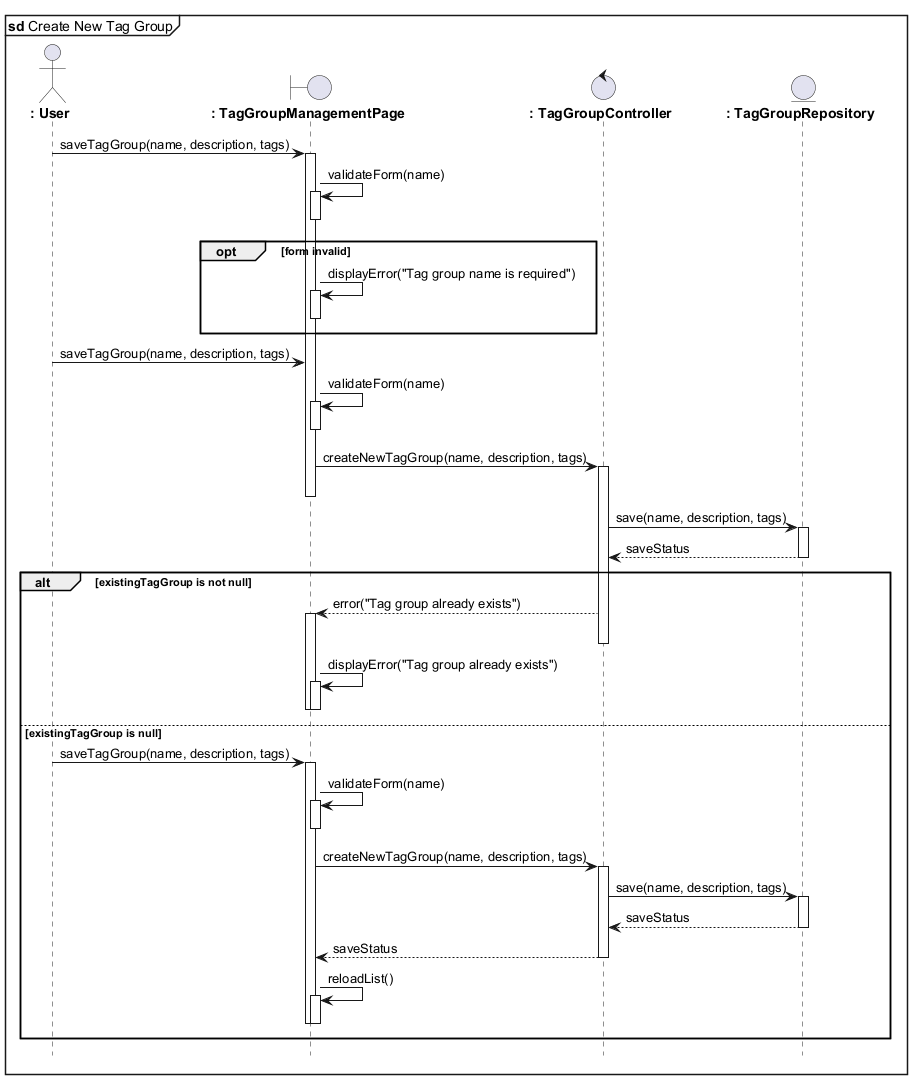
The PlantUML diagram out/tambah_grubtag.png in azrappp/learning_uml2.0_pmul, before a commit. Its diagram source:
```plantuml
@startuml
mainframe **sd** Create New Tag Group
hide footbox

actor "**: User**" as User
boundary "**: TagGroupManagementPage**" as TagGroupPage
control "**: TagGroupController**" as TagGroupController
entity "**: TagGroupRepository**" as TagGroupRepository

User -> TagGroupPage : saveTagGroup(name, description, tags)
activate TagGroupPage

TagGroupPage -> TagGroupPage : validateForm(name)
activate TagGroupPage
deactivate TagGroupPage

opt form invalid
    TagGroupPage -> TagGroupPage : displayError("Tag group name is required")
    activate TagGroupPage
    deactivate TagGroupPage
end
    User -> TagGroupPage : saveTagGroup(name, description, tags)
    TagGroupPage -> TagGroupPage : validateForm(name)
    activate TagGroupPage
    deactivate TagGroupPage
    TagGroupPage -> TagGroupController : createNewTagGroup(name, description, tags)
    activate TagGroupController
    deactivate TagGroupPage

        TagGroupController -> TagGroupRepository : save(name, description, tags)
        activate TagGroupRepository
        TagGroupRepository --> TagGroupController : saveStatus
        deactivate TagGroupRepository
    alt existingTagGroup is not null
        TagGroupController --> TagGroupPage : error("Tag group already exists")
        activate TagGroupPage
        deactivate TagGroupController

        TagGroupPage -> TagGroupPage : displayError("Tag group already exists")
        activate TagGroupPage

    else existingTagGroup is null
        deactivate TagGroupPage
        deactivate TagGroupPage
        User -> TagGroupPage : saveTagGroup(name, description, tags)
        activate TagGroupPage
        TagGroupPage -> TagGroupPage : validateForm(name)
        activate TagGroupPage
        deactivate TagGroupPage
        TagGroupPage -> TagGroupController : createNewTagGroup(name, description, tags)
        activate TagGroupController
        TagGroupController -> TagGroupRepository : save(name, description, tags)
        activate TagGroupRepository
        TagGroupRepository --> TagGroupController : saveStatus
        deactivate TagGroupRepository

        TagGroupController --> TagGroupPage : saveStatus
        deactivate TagGroupController

        TagGroupPage -> TagGroupPage : reloadList()
        activate TagGroupPage
        deactivate TagGroupPage

        deactivate TagGroupPage
    end
@enduml
```
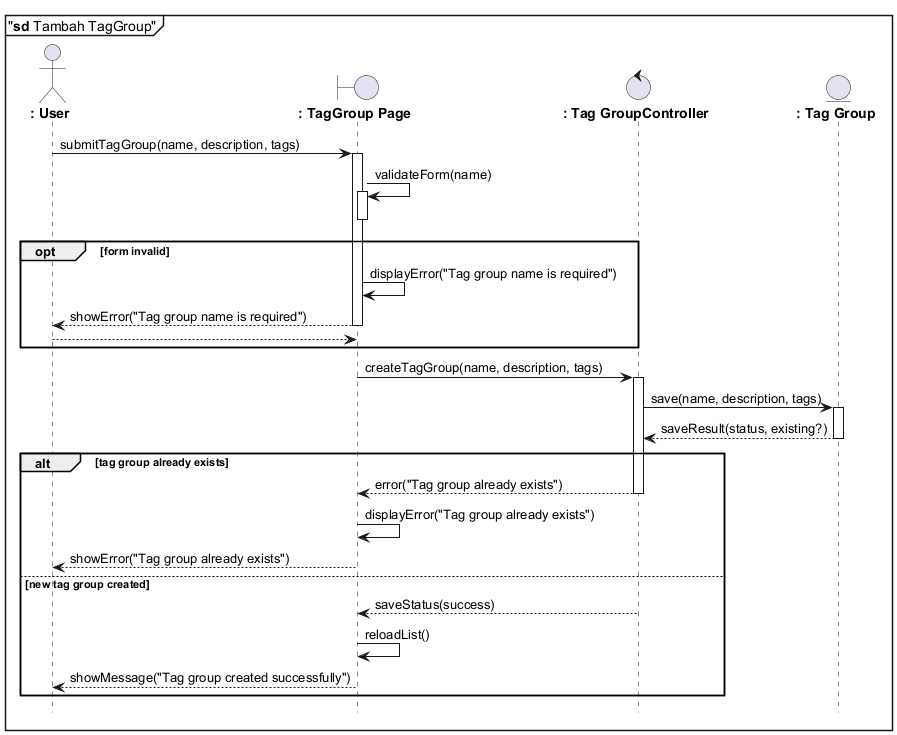
The same diagram one commit later.

Change to the diagram source:
```diff
@@ -1,13 +1,13 @@
 @startuml
-mainframe **sd** Create New Tag Group
+mainframe "**sd** Tambah TagGroup"
 hide footbox
 
 actor "**: User**" as User
-boundary "**: TagGroupManagementPage**" as TagGroupPage
-control "**: TagGroupController**" as TagGroupController
-entity "**: TagGroupRepository**" as TagGroupRepository
+boundary "**: TagGroup Page**" as TagGroupPage
+control "**: Tag GroupController**" as TagGroupController
+entity  "**: Tag Group**" as TagGroupRepository
 
-User -> TagGroupPage : saveTagGroup(name, description, tags)
+User -> TagGroupPage : submitTagGroup(name, description, tags)
 activate TagGroupPage
 
 TagGroupPage -> TagGroupPage : validateForm(name)
@@ -16,51 +16,31 @@
 
 opt form invalid
     TagGroupPage -> TagGroupPage : displayError("Tag group name is required")
-    activate TagGroupPage
+    TagGroupPage --> User : showError("Tag group name is required")
     deactivate TagGroupPage
+    return
 end
-    User -> TagGroupPage : saveTagGroup(name, description, tags)
-    TagGroupPage -> TagGroupPage : validateForm(name)
-    activate TagGroupPage
-    deactivate TagGroupPage
-    TagGroupPage -> TagGroupController : createNewTagGroup(name, description, tags)
-    activate TagGroupController
-    deactivate TagGroupPage
 
-        TagGroupController -> TagGroupRepository : save(name, description, tags)
-        activate TagGroupRepository
-        TagGroupRepository --> TagGroupController : saveStatus
-        deactivate TagGroupRepository
-    alt existingTagGroup is not null
-        TagGroupController --> TagGroupPage : error("Tag group already exists")
-        activate TagGroupPage
-        deactivate TagGroupController
+TagGroupPage -> TagGroupController : createTagGroup(name, description, tags)
+deactivate TagGroupPage
+activate TagGroupController
 
-        TagGroupPage -> TagGroupPage : displayError("Tag group already exists")
-        activate TagGroupPage
+TagGroupController -> TagGroupRepository : save(name, description, tags)
+activate TagGroupRepository
+TagGroupRepository --> TagGroupController : saveResult(status, existing?)
+deactivate TagGroupRepository
 
-    else existingTagGroup is null
-        deactivate TagGroupPage
-        deactivate TagGroupPage
-        User -> TagGroupPage : saveTagGroup(name, description, tags)
-        activate TagGroupPage
-        TagGroupPage -> TagGroupPage : validateForm(name)
-        activate TagGroupPage
-        deactivate TagGroupPage
-        TagGroupPage -> TagGroupController : createNewTagGroup(name, description, tags)
-        activate TagGroupController
-        TagGroupController -> TagGroupRepository : save(name, description, tags)
-        activate TagGroupRepository
-        TagGroupRepository --> TagGroupController : saveStatus
-        deactivate TagGroupRepository
+alt tag group already exists
+    TagGroupController --> TagGroupPage : error("Tag group already exists")
+    deactivate TagGroupController
+    TagGroupPage -> TagGroupPage : displayError("Tag group already exists")
+    TagGroupPage --> User : showError("Tag group already exists")
+else new tag group created
+    TagGroupController --> TagGroupPage : saveStatus(success)
+    deactivate TagGroupController
+    TagGroupPage -> TagGroupPage : reloadList()
+    TagGroupPage --> User : showMessage("Tag group created successfully")
+end
 
-        TagGroupController --> TagGroupPage : saveStatus
-        deactivate TagGroupController
-
-        TagGroupPage -> TagGroupPage : reloadList()
-        activate TagGroupPage
-        deactivate TagGroupPage
-
-        deactivate TagGroupPage
-    end
+deactivate TagGroupPage
 @enduml
```
